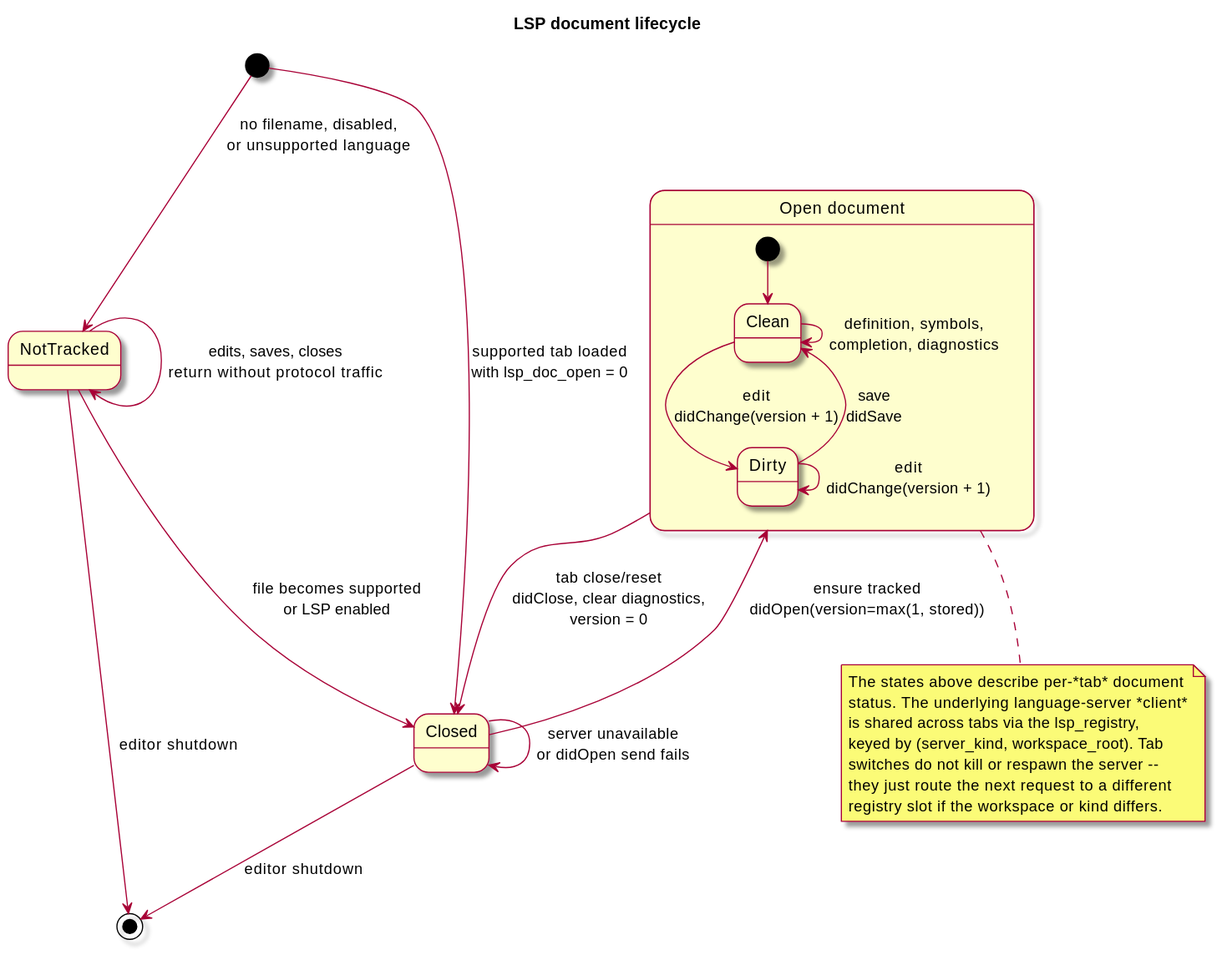
Above: docs/diagrams/svg/lsp-document-lifecycle.svg in kokkoniemi/rotide (PlantUML), before the change. Its source is kept beside it as docs/diagrams/src/lsp-document-lifecycle.puml.
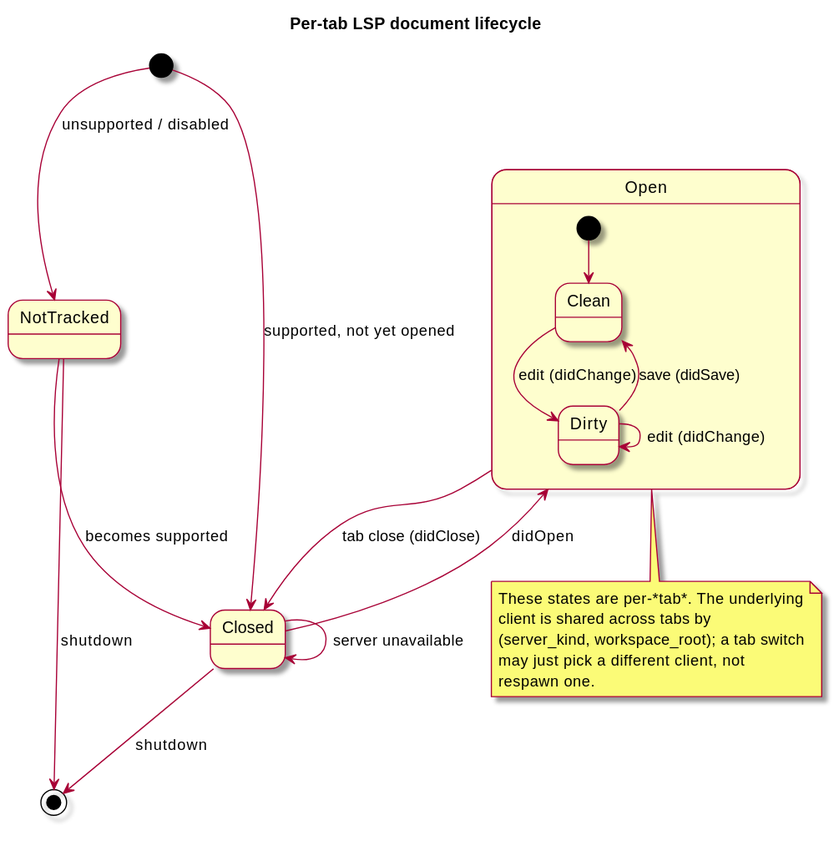
After the change.

Diff of the diagram source:
```diff
@@ -1,37 +1,33 @@
 @startuml
 skin rose
 skinparam backgroundColor #FFFFFF
-title LSP document lifecycle
+title Per-tab LSP document lifecycle
 
-[*] --> NotTracked : no filename, disabled,\nor unsupported language
-[*] --> Closed : supported tab loaded\nwith lsp_doc_open = 0
+[*] --> NotTracked : unsupported / disabled
+[*] --> Closed : supported, not yet opened
 
-NotTracked --> NotTracked : edits, saves, closes\nreturn without protocol traffic
-NotTracked --> Closed : file becomes supported\nor LSP enabled
+NotTracked --> Closed : becomes supported
 
-Closed --> Open : ensure tracked\ndidOpen(version=max(1, stored))
-Closed --> Closed : server unavailable\nor didOpen send fails
+Closed --> Open : didOpen
+Closed --> Closed : server unavailable
 
-state "Open document" as Open {
+state "Open" as Open {
   [*] --> Clean
-  Clean --> Dirty : edit\ndidChange(version + 1)
-  Dirty --> Dirty : edit\ndidChange(version + 1)
-  Dirty --> Clean : save\ndidSave
-  Clean --> Clean : definition, symbols,\ncompletion, diagnostics
+  Clean --> Dirty : edit (didChange)
+  Dirty --> Dirty : edit (didChange)
+  Dirty --> Clean : save (didSave)
 }
 
-Open --> Closed : tab close/reset\ndidClose, clear diagnostics,\nversion = 0
-Closed --> [*] : editor shutdown
-NotTracked --> [*] : editor shutdown
+Open --> Closed : tab close (didClose)
+Closed --> [*] : shutdown
+NotTracked --> [*] : shutdown
 
 note bottom of Open
-  The states above describe per-*tab* document
-  status. The underlying language-server *client*
-  is shared across tabs via the lsp_registry,
-  keyed by (server_kind, workspace_root). Tab
-  switches do not kill or respawn the server --
-  they just route the next request to a different
-  registry slot if the workspace or kind differs.
+  These states are per-*tab*. The underlying
+  client is shared across tabs by
+  (server_kind, workspace_root); a tab switch
+  may just pick a different client, not
+  respawn one.
 end note
 
 @enduml
```
